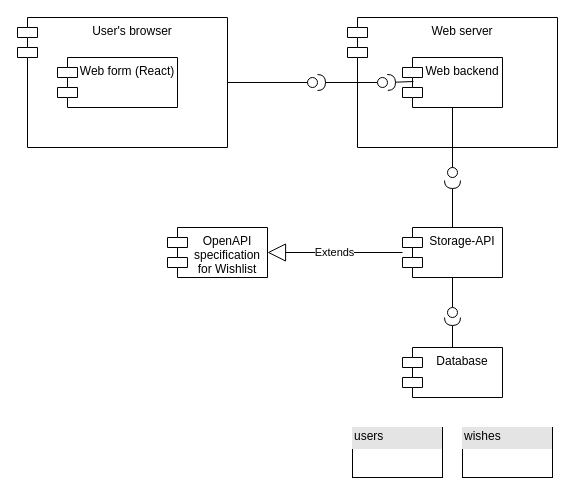
This is model/wishlist-design.drawio from magnus-schj/Wishlist, a draw.io file, before an edit. Source tidied: cells renumbered, new cells numbered last; positions are measured from the earlier drawing's top-left corner, leaving out a move shared by most shapes. Both pictures are drawn from the tidied source at 100%, with x=0, y=0 at pixel (17, 17).
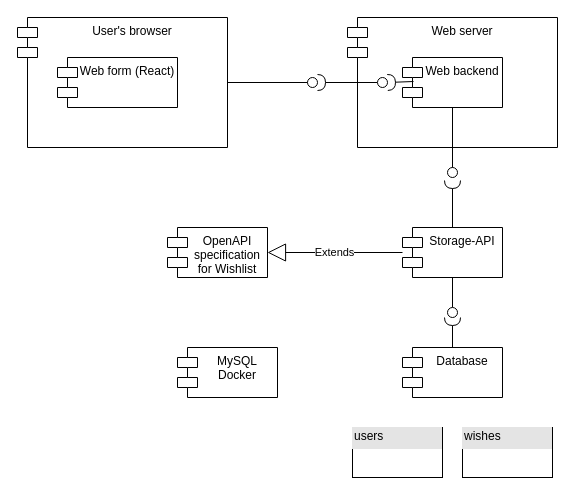
The same diagram, later.

What changed in the source:
```diff
@@
+    <mxCell id="27" value="MySQL &#10;Docker" style="shape=module;align=left;spacingLeft=20;align=center;verticalAlign=top;" parent="1" vertex="1">
+      <mxGeometry x="160" y="330" width="100" height="50" as="geometry" />
+    </mxCell>
```
